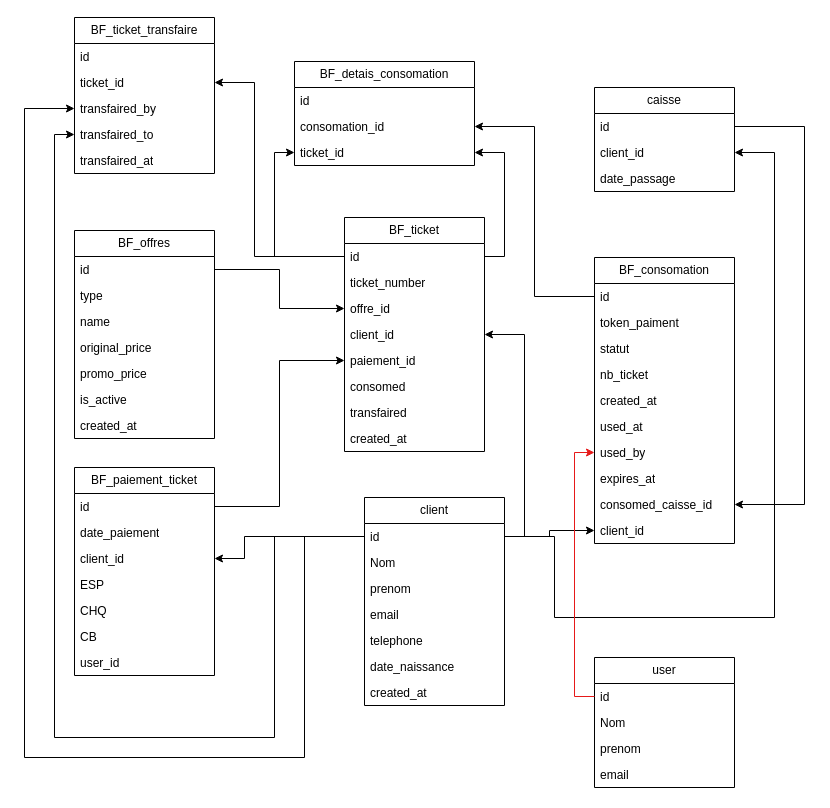
Earlier version of the draw.io diagram Diagramme sans nom.drawio (KhobouzDev/draw.io). Source tidied: cells renumbered, new cells numbered last; positions are measured from the earlier drawing's top-left corner, leaving out a move shared by most shapes. Both pictures are drawn from the tidied source at 100%, with x=0, y=0 at pixel (24, 17).
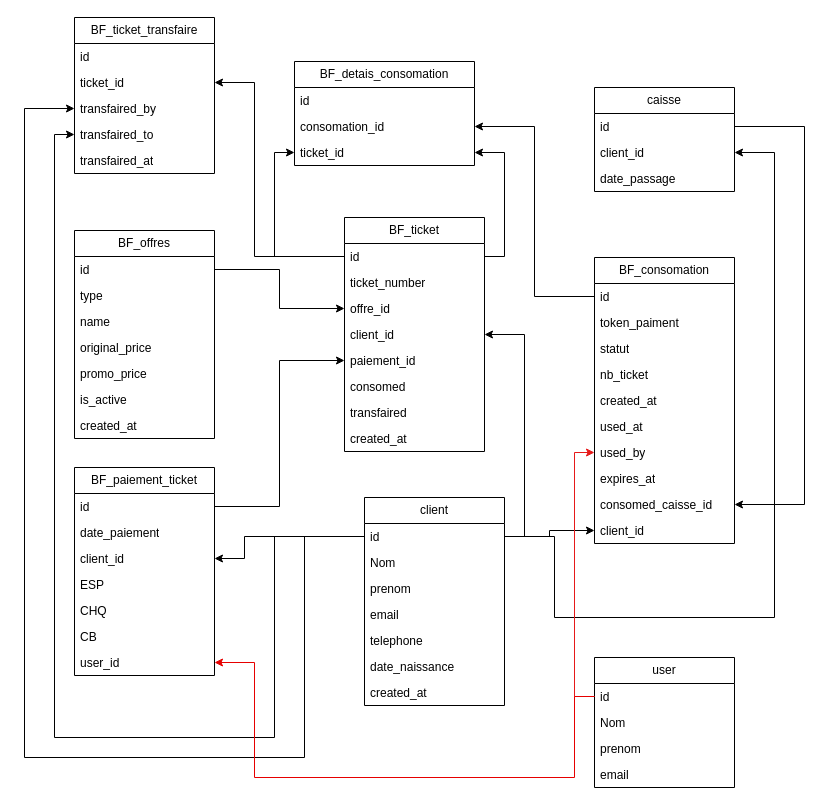
Above is the later version.

Commit message:
Mettre à jour Diagramme sans nom.drawio

Unchanged cells that the change refers to:
```xml
<mxCell id="54" value="user_id" style="text;strokeColor=none;fillColor=none;align=left;verticalAlign=top;spacingLeft=4;spacingRight=4;overflow=hidden;points=[[0,0.5],[1,0.5]];portConstraint=eastwest;whiteSpace=wrap;html=1;" parent="47" vertex="1">
  <mxGeometry y="182" width="140" height="26" as="geometry" />
</mxCell>
<mxCell id="74" value="id" style="text;strokeColor=none;fillColor=none;align=left;verticalAlign=top;spacingLeft=4;spacingRight=4;overflow=hidden;points=[[0,0.5],[1,0.5]];portConstraint=eastwest;whiteSpace=wrap;html=1;" parent="73" vertex="1">
  <mxGeometry y="26" width="140" height="26" as="geometry" />
</mxCell>
```

Diff of the diagram source:
```diff
@@
+    <mxCell id="79" style="edgeStyle=orthogonalEdgeStyle;rounded=0;jettySize=auto;html=1;exitX=0;exitY=0.5;exitDx=0;exitDy=0;entryX=1;entryY=0.5;entryDx=0;entryDy=0;strokeColor=light-dark(#e60000, #ededed);" parent="1" edge="1" source="74" target="54">
+      <mxGeometry relative="1" as="geometry">
+        <Array as="points">
+          <mxPoint x="550" y="679" />
+          <mxPoint x="550" y="760" />
+          <mxPoint x="230" y="760" />
+          <mxPoint x="230" y="645" />
+        </Array>
+      </mxGeometry>
+    </mxCell>
```
